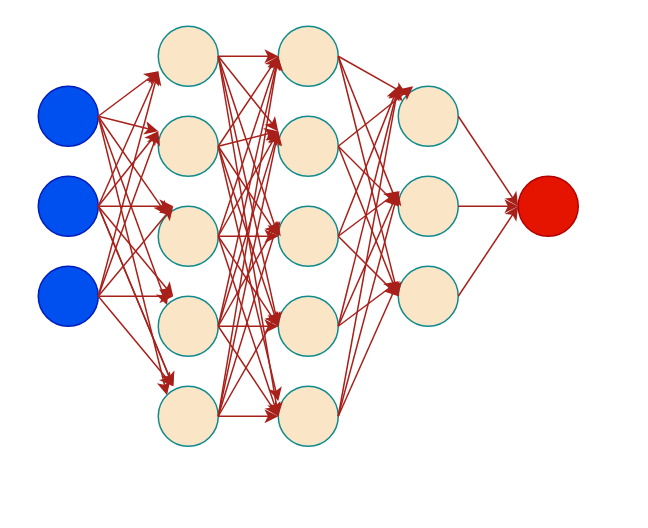
Above: Copy of Dia.drawio in sanniismail/test_repo (draw.io), before the change. Source tidied: cells renumbered, new cells numbered last; positions are measured from the earlier drawing's top-left corner, leaving out a move shared by most shapes. Both pictures are drawn from the tidied source at 150%, with x=0, y=0 at pixel (38, 26).
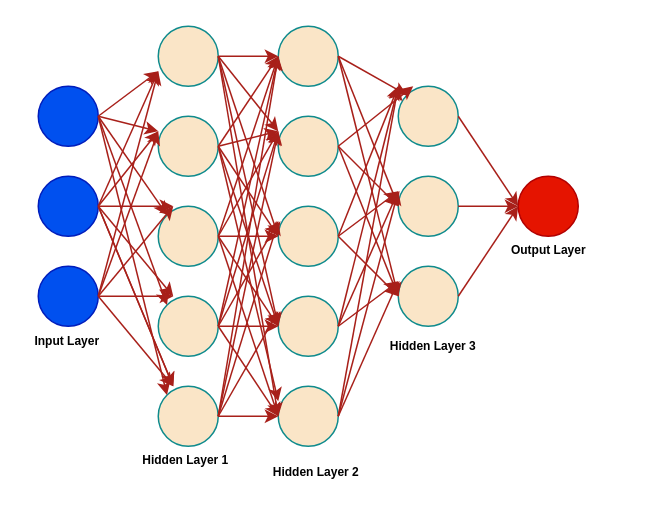
Above is the later version.

Change to the diagram source:
```diff
@@
+    <mxCell id="78" value="Input Layer" style="text;strokeColor=none;fillColor=none;html=1;fontSize=8;fontStyle=1;verticalAlign=middle;align=center;" parent="1" vertex="1">
+      <mxGeometry x="-8" y="199" width="54" height="21" as="geometry" />
+    </mxCell>
+    <mxCell id="79" value="Hidden Layer 1" style="text;strokeColor=none;fillColor=none;html=1;fontSize=8;fontStyle=1;verticalAlign=middle;align=center;" parent="1" vertex="1">
+      <mxGeometry x="48" y="269" width="100" height="40" as="geometry" />
+    </mxCell>
+    <mxCell id="80" value="Hidden Layer 2" style="text;strokeColor=none;fillColor=none;html=1;fontSize=8;fontStyle=1;verticalAlign=middle;align=center;" parent="1" vertex="1">
+      <mxGeometry x="135" y="277" width="100" height="40" as="geometry" />
+    </mxCell>
+    <mxCell id="81" value="Hidden Layer 3" style="text;strokeColor=none;fillColor=none;html=1;fontSize=8;fontStyle=1;verticalAlign=middle;align=center;" parent="1" vertex="1">
+      <mxGeometry x="213" y="199" width="100" height="27" as="geometry" />
+    </mxCell>
+    <mxCell id="82" value="Output Layer" style="text;strokeColor=none;fillColor=none;html=1;fontSize=8;fontStyle=1;verticalAlign=middle;align=center;" parent="1" vertex="1">
+      <mxGeometry x="290" y="129" width="100" height="40" as="geometry" />
+    </mxCell>
```
